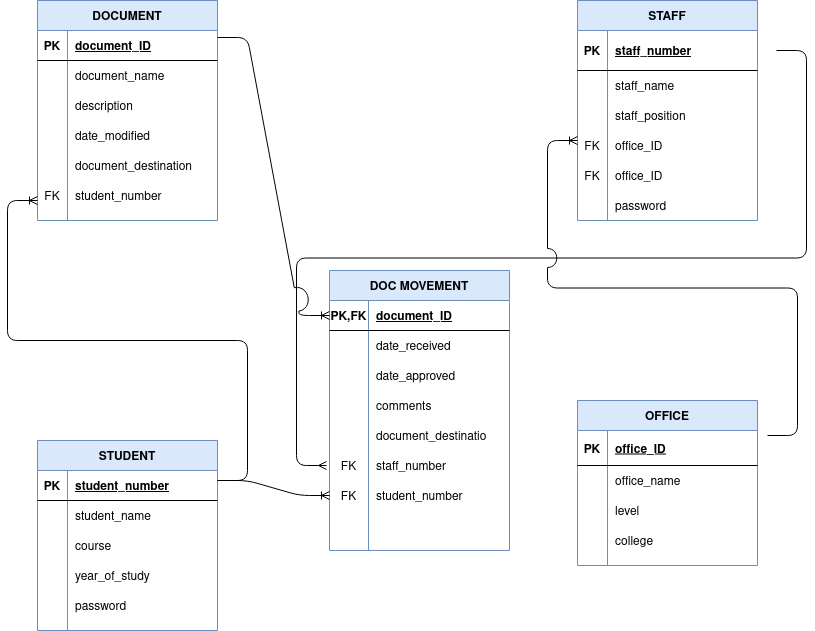
Above: e-DTS.png in kiwele/hello-world (draw.io), before the change. Source tidied: cells renumbered, new cells last; positions are measured from the earlier drawing's top-left corner, leaving out a move shared by most shapes.
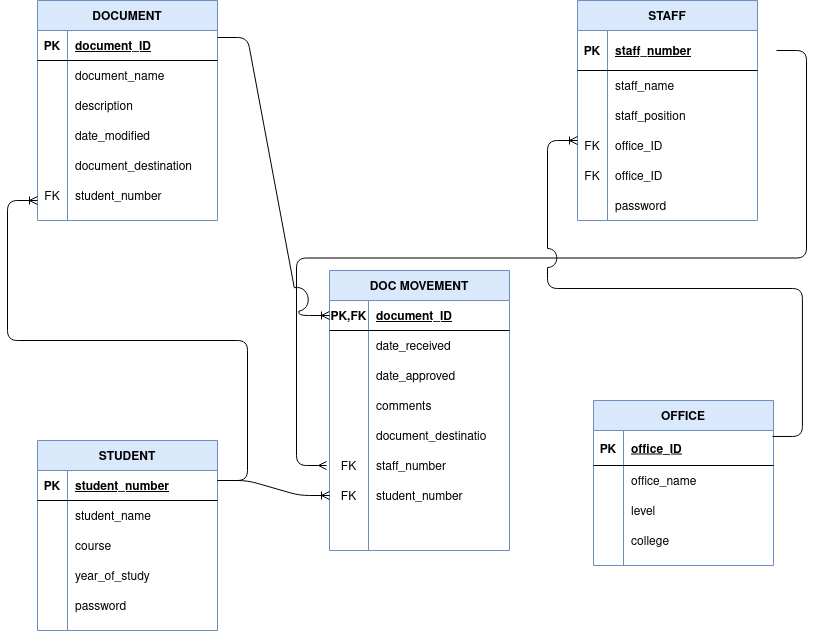
After the commit.

What changed in the source:
```diff
@@ -192,7 +192,7 @@
       <mxGeometry x="30" width="150" height="30" as="geometry" />
     </mxCell>
     <mxCell id="65" value="OFFICE" style="shape=table;startSize=30;rowLines=0;fontStyle=1;align=center;fillColor=#dae8fc;strokeColor=#6c8ebf;" parent="1" vertex="1">
-      <mxGeometry x="540" y="400" width="180" height="165" as="geometry" />
+      <mxGeometry x="556" y="400" width="180" height="165" as="geometry" />
     </mxCell>
     <mxCell id="66" style="shape=partialRectangle;fillColor=none;top=0;left=0;bottom=1;right=0;points=[[0,0.5],[1,0.5]];portConstraint=eastwest;" parent="65" vertex="1">
       <mxGeometry y="30" width="180" height="35" as="geometry" />
@@ -295,9 +295,8 @@
         <mxPoint x="289" y="465" as="targetPoint" />
       </mxGeometry>
     </mxCell>
-    <mxCell id="97" style="edgeStyle=entityRelationEdgeStyle;fontSize=12;html=1;endArrow=ERoneToMany;rounded=1;sourcePerimeterSpacing=0;jumpStyle=arc;jumpSize=19;" parent="1" edge="1">
+    <mxCell id="97" style="edgeStyle=entityRelationEdgeStyle;fontSize=12;html=1;endArrow=ERoneToMany;rounded=1;sourcePerimeterSpacing=0;jumpStyle=arc;jumpSize=19;exitX=0.994;exitY=0.171;exitDx=0;exitDy=0;exitPerimeter=0;" parent="1" edge="1" source="66">
       <mxGeometry relative="1" as="geometry">
-        <mxPoint x="730" y="435" as="sourcePoint" />
         <mxPoint x="540" y="140" as="targetPoint" />
       </mxGeometry>
     </mxCell>
```
